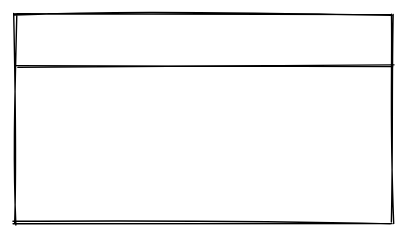
Above: design_docs/SocialNetwork_Design/main.excalidraw.svg in feridHelali/forza-moto (Excalidraw), before the change. Source tidied: one line per element, renumbered; positions are measured from the earlier drawing's top-left corner, leaving out a move shared by most shapes.
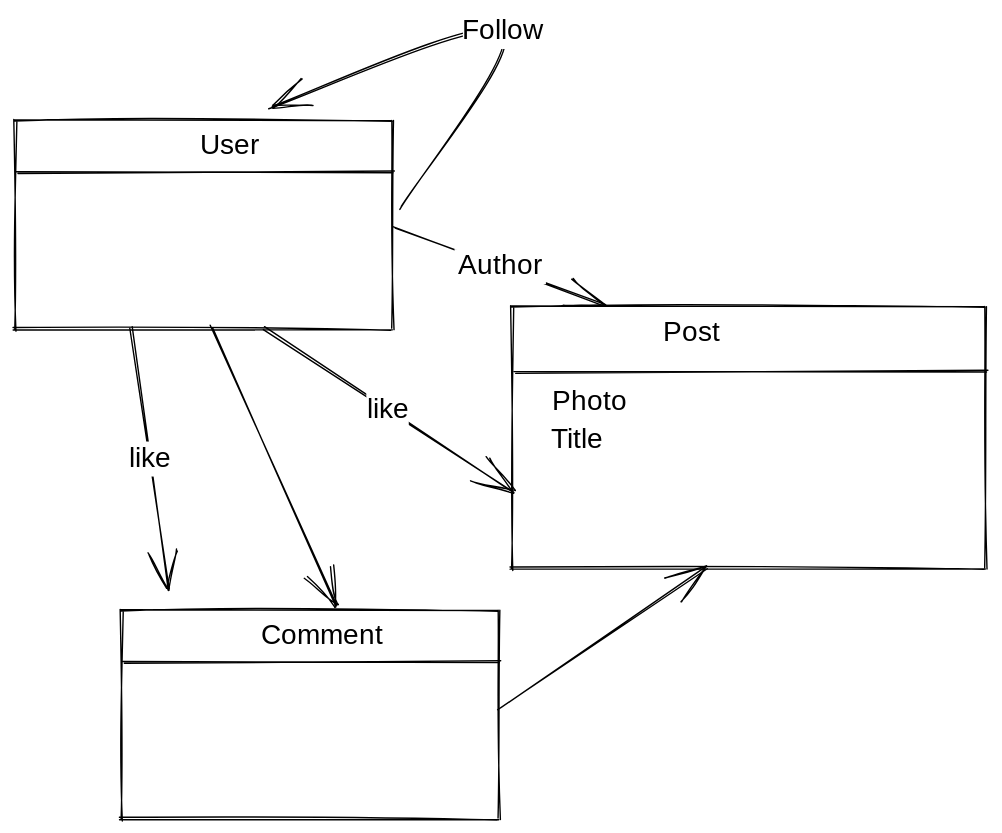
Above is the later version.

Change to the diagram source:
```diff
@@ -1,2 +1,21 @@
 {"id": 0, "type": "rectangle", "strokeColor": "#000000", "strokeWidth": 1, "roughness": 1, "x": 0, "y": 0, "width": 270, "height": 149}
 {"id": 1, "type": "line", "strokeColor": "#000000", "strokeWidth": 1, "roughness": 1, "round": true, "x": 2, "y": 39, "width": 269, "height": 2, "points": [[0, 0], [269, -2]]}
+{"id": 2, "type": "text", "text": "User", "strokeColor": "#000000", "strokeWidth": 1, "roughness": 1, "fontSize": 20, "fontFamily": 1, "x": 133, "y": 7, "width": 45, "height": 25}
+{"id": 3, "type": "rectangle", "strokeColor": "#000000", "strokeWidth": 1, "roughness": 1, "x": 355, "y": 133, "width": 339, "height": 187}
+{"id": 4, "type": "line", "strokeColor": "#000000", "strokeWidth": 1, "roughness": 1, "round": true, "x": 358, "y": 181, "width": 338, "height": 2, "points": [[0, 0], [338, -2]]}
+{"id": 5, "type": "text", "text": "Post", "strokeColor": "#000000", "strokeWidth": 1, "roughness": 1, "fontSize": 20, "fontFamily": 1, "x": 464, "y": 140, "width": 46, "height": 25}
+{"id": 6, "type": "text", "text": "Photo", "strokeColor": "#000000", "strokeWidth": 1, "roughness": 1, "fontSize": 20, "fontFamily": 1, "x": 385, "y": 189, "width": 57, "height": 25}
+{"id": 7, "type": "text", "text": "Title", "strokeColor": "#000000", "strokeWidth": 1, "roughness": 1, "fontSize": 20, "fontFamily": 1, "x": 384, "y": 216, "width": 48, "height": 25}
+{"id": 8, "type": "arrow", "strokeColor": "#000000", "strokeWidth": 1, "roughness": 1, "endArrowhead": "arrow", "round": true, "from": 0, "x": 276, "y": 63, "width": 166, "height": 126, "points": [[0, 0], [73, -126], [-93, -72]]}
+{"id": 9, "type": "text", "text": "Follow", "strokeColor": "#000000", "strokeWidth": 1, "roughness": 1, "fontSize": 20, "fontFamily": 1, "textAlign": "center", "verticalAlign": "middle", "inside": 8, "x": 321, "y": -76, "width": 56, "height": 25}
+{"id": 10, "type": "rectangle", "strokeColor": "#000000", "strokeWidth": 1, "roughness": 1, "x": 76, "y": 350, "width": 270, "height": 149}
+{"id": 11, "type": "line", "strokeColor": "#000000", "strokeWidth": 1, "roughness": 1, "round": true, "x": 78, "y": 389, "width": 269, "height": 2, "points": [[0, 0], [269, -2]]}
+{"id": 12, "type": "arrow", "strokeColor": "#000000", "strokeWidth": 1, "roughness": 1, "endArrowhead": "arrow", "round": true, "from": 0, "to": 3, "x": 272, "y": 77, "width": 151, "height": 56, "points": [[0, 0], [151, 56]]}
+{"id": 13, "type": "text", "text": "Author", "strokeColor": "#000000", "strokeWidth": 1, "roughness": 1, "fontSize": 20, "fontFamily": 1, "textAlign": "center", "verticalAlign": "middle", "inside": 12, "x": 315, "y": 92, "width": 65, "height": 25}
+{"id": 14, "type": "arrow", "strokeColor": "#000000", "strokeWidth": 1, "roughness": 1, "endArrowhead": "arrow", "round": true, "x": 178, "y": 149, "width": 178, "height": 117, "points": [[0, 0], [178, 117]]}
+{"id": 15, "type": "text", "text": "like", "strokeColor": "#000000", "strokeWidth": 1, "roughness": 1, "fontSize": 20, "fontFamily": 1, "textAlign": "center", "verticalAlign": "middle", "inside": 14, "x": 252, "y": 195, "width": 30, "height": 25}
+{"id": 16, "type": "arrow", "strokeColor": "#000000", "strokeWidth": 1, "roughness": 1, "endArrowhead": "arrow", "round": true, "to": 10, "x": 84, "y": 149, "width": 27, "height": 187, "points": [[0, 0], [27, 187]]}
+{"id": 17, "type": "text", "text": "like", "strokeColor": "#000000", "strokeWidth": 1, "roughness": 1, "fontSize": 20, "fontFamily": 1, "textAlign": "center", "verticalAlign": "middle", "inside": 16, "x": 157, "y": 195, "width": 30, "height": 25}
+{"id": 18, "type": "arrow", "strokeColor": "#000000", "strokeWidth": 1, "roughness": 1, "endArrowhead": "arrow", "round": true, "to": 10, "x": 141, "y": 148, "width": 89, "height": 200, "points": [[0, 0], [89, 200]]}
+{"id": 19, "type": "text", "text": "Comment", "strokeColor": "#000000", "strokeWidth": 1, "roughness": 1, "fontSize": 20, "fontFamily": 1, "x": 177, "y": 356, "width": 81, "height": 25}
+{"id": 20, "type": "arrow", "strokeColor": "#000000", "strokeWidth": 1, "roughness": 1, "endArrowhead": "arrow", "round": true, "x": 346, "y": 422, "width": 149, "height": 102, "points": [[0, 0], [149, -102]]}
```
